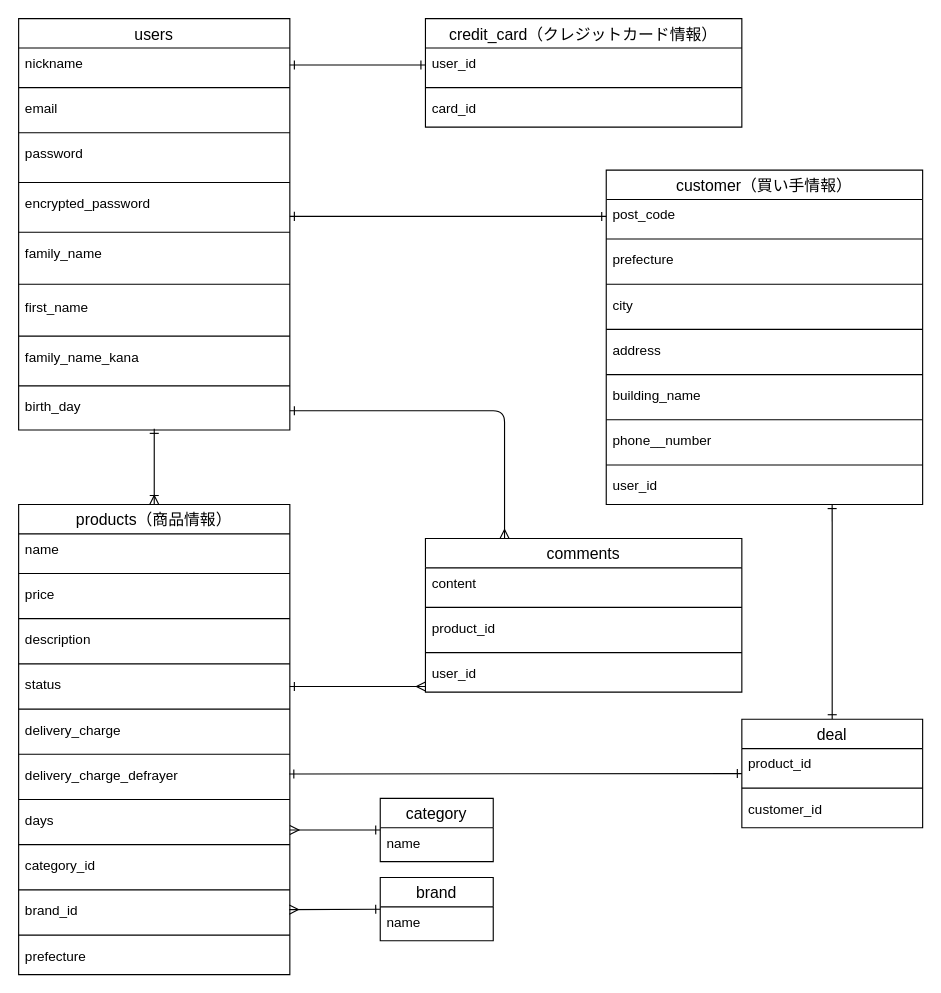
dadadasouta/furima-38457 keeps this draw.io diagram as furima.dio. Above is the earlier version. Source tidied: cells renumbered, new cells numbered last; positions are measured from the earlier drawing's top-left corner, leaving out a move shared by most shapes. Both pictures are drawn from the tidied source at 113%, with x=0, y=0 at pixel (18, 18).
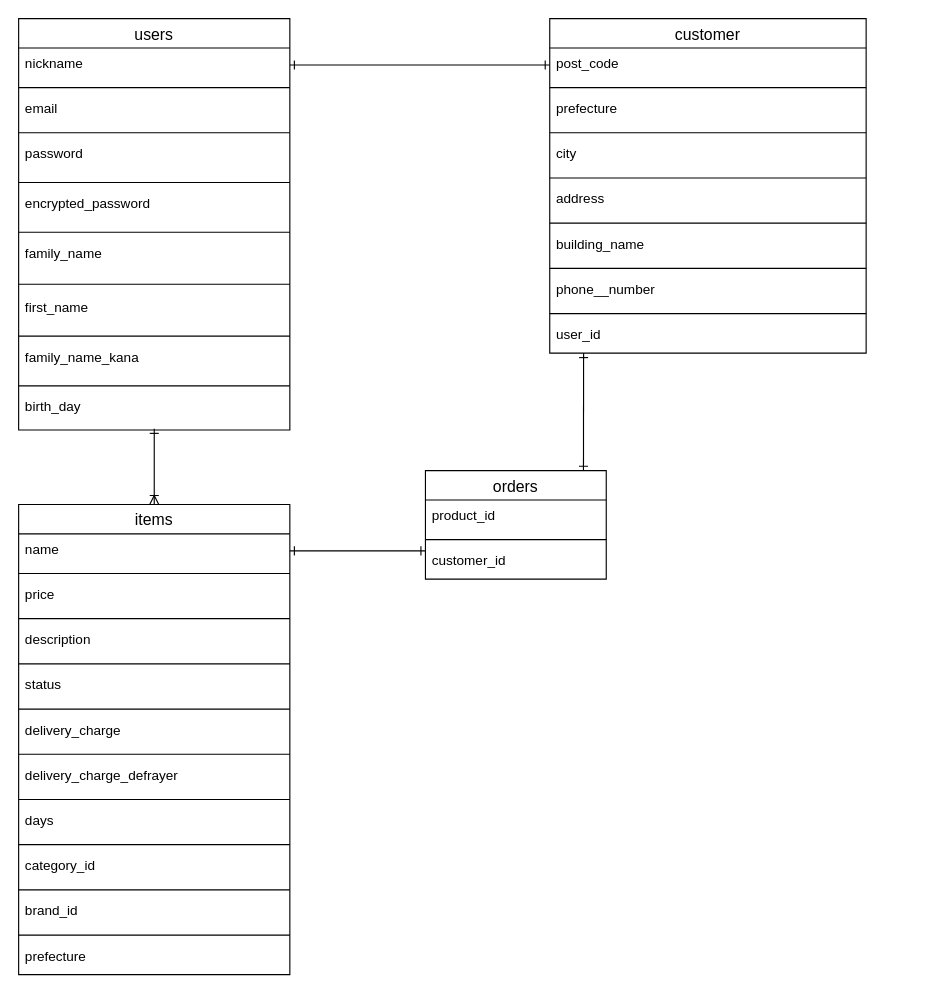
Above is the later version.

Commit message (it also covers changes not shown here):
データベース設計２

Unchanged cells that the change refers to:
```xml
<mxCell id="4" value="nickname" style="text;strokeColor=none;fillColor=none;spacingLeft=4;spacingRight=4;overflow=hidden;points=[[0,0.5],[1,0.5]];portConstraint=eastwest;fontSize=12;" parent="3" vertex="1">
  <mxGeometry y="26" width="240" height="30" as="geometry" />
</mxCell>
<mxCell id="10" value="encrypted_password" style="text;strokeColor=none;fillColor=none;spacingLeft=4;spacingRight=4;overflow=hidden;points=[[0,0.5],[1,0.5]];portConstraint=eastwest;fontSize=12;" parent="3" vertex="1">
  <mxGeometry y="150" width="240" height="34" as="geometry" />
</mxCell>
<mxCell id="18" value="birth_day" style="text;strokeColor=none;fillColor=none;spacingLeft=4;spacingRight=4;overflow=hidden;points=[[0,0.5],[1,0.5]];portConstraint=eastwest;fontSize=12;" parent="3" vertex="1">
  <mxGeometry y="330" width="240" height="34" as="geometry" />
</mxCell>
<mxCell id="26" value="name" style="text;strokeColor=none;fillColor=none;spacingLeft=4;spacingRight=4;overflow=hidden;points=[[0,0.5],[1,0.5]];portConstraint=eastwest;fontSize=12;" parent="25" vertex="1">
  <mxGeometry y="26" width="240" height="30" as="geometry" />
</mxCell>
<mxCell id="32" value="status" style="text;strokeColor=none;fillColor=none;spacingLeft=4;spacingRight=4;overflow=hidden;points=[[0,0.5],[1,0.5]];portConstraint=eastwest;fontSize=12;" parent="25" vertex="1">
  <mxGeometry y="146" width="240" height="30" as="geometry" />
</mxCell>
<mxCell id="36" value="delivery_charge_defrayer" style="text;strokeColor=none;fillColor=none;spacingLeft=4;spacingRight=4;overflow=hidden;points=[[0,0.5],[1,0.5]];portConstraint=eastwest;fontSize=12;" parent="25" vertex="1">
  <mxGeometry y="226" width="240" height="30" as="geometry" />
</mxCell>
<mxCell id="38" value="days" style="text;strokeColor=none;fillColor=none;spacingLeft=4;spacingRight=4;overflow=hidden;points=[[0,0.5],[1,0.5]];portConstraint=eastwest;fontSize=12;" parent="25" vertex="1">
  <mxGeometry y="266" width="240" height="30" as="geometry" />
</mxCell>
<mxCell id="42" value="brand_id" style="text;strokeColor=none;fillColor=none;spacingLeft=4;spacingRight=4;overflow=hidden;points=[[0,0.5],[1,0.5]];portConstraint=eastwest;fontSize=12;" parent="25" vertex="1">
  <mxGeometry y="346" width="240" height="30" as="geometry" />
</mxCell>
<mxCell id="46" value="post_code" style="text;strokeColor=none;fillColor=none;spacingLeft=4;spacingRight=4;overflow=hidden;points=[[0,0.5],[1,0.5]];portConstraint=eastwest;fontSize=12;" parent="45" vertex="1">
  <mxGeometry y="26" width="280" height="30" as="geometry" />
</mxCell>
<mxCell id="58" value="user_id" style="text;strokeColor=none;fillColor=none;spacingLeft=4;spacingRight=4;overflow=hidden;points=[[0,0.5],[1,0.5]];portConstraint=eastwest;fontSize=12;" parent="45" vertex="1">
  <mxGeometry y="266" width="280" height="30" as="geometry" />
</mxCell>
```

Change to the diagram source:
```diff
@@
-    <mxCell id="2" style="edgeStyle=none;html=1;entryX=0;entryY=0.5;entryDx=0;entryDy=0;startArrow=ERone;startFill=0;endArrow=ERone;endFill=0;strokeColor=default;exitX=1;exitY=0.735;exitDx=0;exitDy=0;exitPerimeter=0;" parent="1" edge="1" source="10" target="46">
-      <mxGeometry relative="1" as="geometry" />
-    </mxCell>
@@
-    <mxCell id="19" value="credit_card（クレジットカード情報）" style="swimlane;fontStyle=0;horizontal=1;startSize=26;align=center;fontSize=14;" parent="1" vertex="1">
-      <mxGeometry x="360" width="280" height="96" as="geometry" />
-    </mxCell>
-    <mxCell id="20" value="user_id" style="text;strokeColor=none;fillColor=none;spacingLeft=4;spacingRight=4;overflow=hidden;points=[[0,0.5],[1,0.5]];portConstraint=eastwest;fontSize=12;" parent="19" vertex="1">
-      <mxGeometry y="26" width="280" height="30" as="geometry" />
-    </mxCell>
-    <mxCell id="21" style="line;strokeWidth=1;dashed=0;labelPosition=right;align=left;verticalAlign=middle;spacingTop=0;spacingLeft=6;" parent="19" vertex="1">
-      <mxGeometry y="56" width="280" height="10" as="geometry" />
-    </mxCell>
-    <mxCell id="22" value="card_id" style="text;strokeColor=none;fillColor=none;spacingLeft=4;spacingRight=4;overflow=hidden;fontSize=12;" parent="19" vertex="1">
-      <mxGeometry y="66" width="280" height="30" as="geometry" />
-    </mxCell>
-    <mxCell id="23" style="edgeStyle=none;html=1;entryX=0;entryY=0.5;entryDx=0;entryDy=0;startArrow=ERone;startFill=0;endArrow=ERone;endFill=0;strokeColor=default;" parent="1" edge="1" source="4" target="20">
-      <mxGeometry relative="1" as="geometry" />
-    </mxCell>
@@
-    <mxCell id="25" value="products（商品情報）" style="swimlane;fontStyle=0;horizontal=1;startSize=26;align=center;fontSize=14;" parent="1" vertex="1">
+    <mxCell id="25" value="items" style="swimlane;fontStyle=0;horizontal=1;startSize=26;align=center;fontSize=14;" parent="1" vertex="1">
       <mxGeometry y="430" width="240" height="416" as="geometry" />
     </mxCell>
@@
-    <mxCell id="45" value="customer（買い手情報）" style="swimlane;fontStyle=0;horizontal=1;startSize=26;align=center;fontSize=14;" parent="1" vertex="1">
-      <mxGeometry x="520" y="134" width="280" height="296" as="geometry" />
+    <mxCell id="45" value="customer" style="swimlane;fontStyle=0;horizontal=1;startSize=26;align=center;fontSize=14;" parent="1" vertex="1">
+      <mxGeometry x="470" width="280" height="296" as="geometry" />
     </mxCell>
@@
-    <mxCell id="59" style="edgeStyle=none;html=1;startArrow=ERone;startFill=0;endArrow=ERmany;endFill=0;strokeColor=default;entryX=0.998;entryY=0.416;entryDx=0;entryDy=0;entryPerimeter=0;" parent="1" edge="1" source="60" target="42">
-      <mxGeometry relative="1" as="geometry" />
-    </mxCell>
-    <mxCell id="60" value="brand" style="swimlane;fontStyle=0;horizontal=1;startSize=26;align=center;fontSize=14;" parent="1" vertex="1">
-      <mxGeometry x="320" y="760" width="100" height="56" as="geometry" />
-    </mxCell>
-    <mxCell id="61" value="name" style="text;strokeColor=none;fillColor=none;spacingLeft=4;spacingRight=4;overflow=hidden;fontSize=12;" parent="60" vertex="1">
-      <mxGeometry y="26" width="100" height="30" as="geometry" />
-    </mxCell>
-    <mxCell id="62" style="edgeStyle=none;html=1;startArrow=ERone;startFill=0;endArrow=ERmany;endFill=0;strokeColor=default;entryX=1;entryY=0.733;entryDx=0;entryDy=0;entryPerimeter=0;" parent="1" edge="1" source="63" target="38">
-      <mxGeometry relative="1" as="geometry" />
-    </mxCell>
-    <mxCell id="63" value="category" style="swimlane;fontStyle=0;horizontal=1;startSize=26;align=center;fontSize=14;" parent="1" vertex="1">
-      <mxGeometry x="320" y="690" width="100" height="56" as="geometry" />
-    </mxCell>
-    <mxCell id="64" value="name" style="text;strokeColor=none;fillColor=none;spacingLeft=4;spacingRight=4;overflow=hidden;fontSize=12;" parent="63" vertex="1">
-      <mxGeometry y="26" width="100" height="30" as="geometry" />
-    </mxCell>
-    <mxCell id="65" value="comments" style="swimlane;fontStyle=0;horizontal=1;startSize=26;align=center;fontSize=14;" parent="1" vertex="1">
-      <mxGeometry x="360" y="460" width="280" height="136" as="geometry" />
-    </mxCell>
-    <mxCell id="66" value="content" style="text;strokeColor=none;fillColor=none;spacingLeft=4;spacingRight=4;overflow=hidden;fontSize=12;" parent="65" vertex="1">
-      <mxGeometry y="26" width="280" height="30" as="geometry" />
-    </mxCell>
-    <mxCell id="67" style="line;strokeWidth=1;dashed=0;labelPosition=right;align=left;verticalAlign=middle;spacingTop=0;spacingLeft=6;" parent="65" vertex="1">
-      <mxGeometry y="56" width="280" height="10" as="geometry" />
-    </mxCell>
-    <mxCell id="68" value="product_id" style="text;strokeColor=none;fillColor=none;spacingLeft=4;spacingRight=4;overflow=hidden;fontSize=12;" parent="65" vertex="1">
-      <mxGeometry y="66" width="280" height="30" as="geometry" />
-    </mxCell>
-    <mxCell id="69" style="line;strokeWidth=1;dashed=0;labelPosition=right;align=left;verticalAlign=middle;spacingTop=0;spacingLeft=6;" parent="65" vertex="1">
-      <mxGeometry y="96" width="280" height="10" as="geometry" />
-    </mxCell>
-    <mxCell id="70" value="user_id" style="text;strokeColor=none;fillColor=none;spacingLeft=4;spacingRight=4;overflow=hidden;fontSize=12;" parent="65" vertex="1">
-      <mxGeometry y="106" width="280" height="30" as="geometry" />
-    </mxCell>
-    <mxCell id="71" style="edgeStyle=none;html=1;entryX=0.25;entryY=0;entryDx=0;entryDy=0;startArrow=ERone;startFill=0;endArrow=ERmany;endFill=0;strokeColor=default;" parent="1" edge="1" source="18" target="65">
-      <mxGeometry relative="1" as="geometry">
-        <Array as="points">
-          <mxPoint x="430" y="347" />
-        </Array>
-      </mxGeometry>
-    </mxCell>
-    <mxCell id="72" style="edgeStyle=none;html=1;startArrow=ERone;startFill=0;endArrow=ERmany;endFill=0;strokeColor=default;" parent="1" edge="1" source="32">
-      <mxGeometry relative="1" as="geometry">
-        <mxPoint x="360" y="591" as="targetPoint" />
-      </mxGeometry>
-    </mxCell>
-    <mxCell id="73" style="edgeStyle=none;html=1;entryX=0.714;entryY=0.986;entryDx=0;entryDy=0;entryPerimeter=0;startArrow=ERone;startFill=0;endArrow=ERone;endFill=0;" parent="1" edge="1" source="75" target="58">
+    <mxCell id="73" style="edgeStyle=none;html=1;startArrow=ERone;startFill=0;endArrow=ERone;endFill=0;exitX=0.874;exitY=0.001;exitDx=0;exitDy=0;exitPerimeter=0;entryX=0.107;entryY=0.999;entryDx=0;entryDy=0;entryPerimeter=0;" parent="1" edge="1" source="75" target="58">
       <mxGeometry relative="1" as="geometry" />
     </mxCell>
-    <mxCell id="74" style="edgeStyle=none;html=1;startArrow=ERone;startFill=0;endArrow=ERone;endFill=0;entryX=0.998;entryY=0.416;entryDx=0;entryDy=0;entryPerimeter=0;" parent="1" edge="1" source="75" target="36">
-      <mxGeometry relative="1" as="geometry" />
-    </mxCell>
-    <mxCell id="75" value="deal" style="swimlane;fontStyle=0;horizontal=1;startSize=26;align=center;fontSize=14;" parent="1" vertex="1">
-      <mxGeometry x="640" y="620" width="160" height="96" as="geometry" />
+    <mxCell id="75" value="orders" style="swimlane;fontStyle=0;horizontal=1;startSize=26;align=center;fontSize=14;" parent="1" vertex="1">
+      <mxGeometry x="360" y="400" width="160" height="96" as="geometry" />
     </mxCell>
@@
+    <mxCell id="79" style="edgeStyle=none;html=1;startArrow=ERone;startFill=0;endArrow=ERone;endFill=0;entryX=0;entryY=0.5;entryDx=0;entryDy=0;" parent="1" edge="1" source="4" target="46">
+      <mxGeometry relative="1" as="geometry" />
+    </mxCell>
+    <mxCell id="80" style="edgeStyle=none;html=1;startArrow=ERone;startFill=0;endArrow=ERone;endFill=0;" parent="1" edge="1" source="26">
+      <mxGeometry relative="1" as="geometry">
+        <mxPoint x="360" y="471" as="targetPoint" />
+      </mxGeometry>
+    </mxCell>
```
